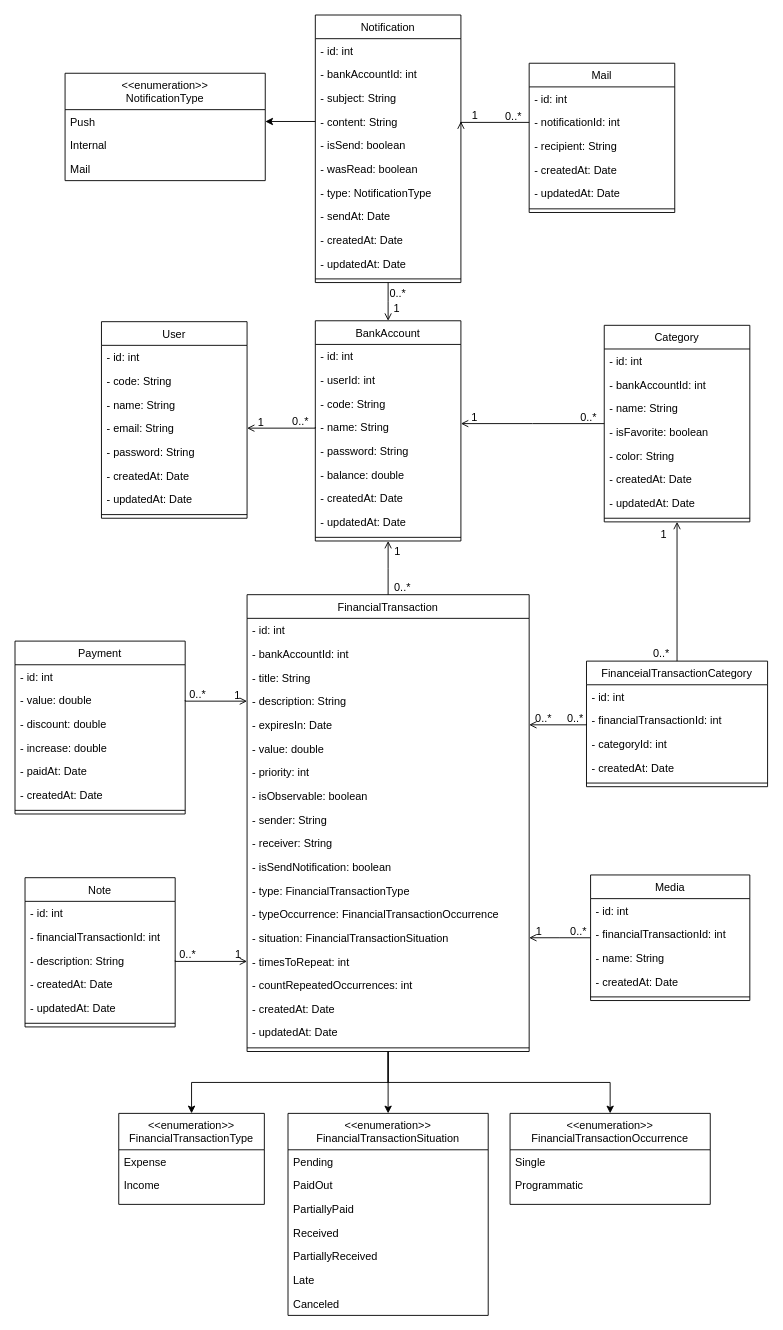
Earlier version of the draw.io diagram docs/class.diagram.drawio (Danrley-Ruan-Saquetti/esliph-finance). Source tidied: cells renumbered, new cells numbered last; positions are measured from the earlier drawing's top-left corner, leaving out a move shared by most shapes. Both pictures are drawn from the tidied source at 91%, with x=0, y=0 at pixel (15, 15).
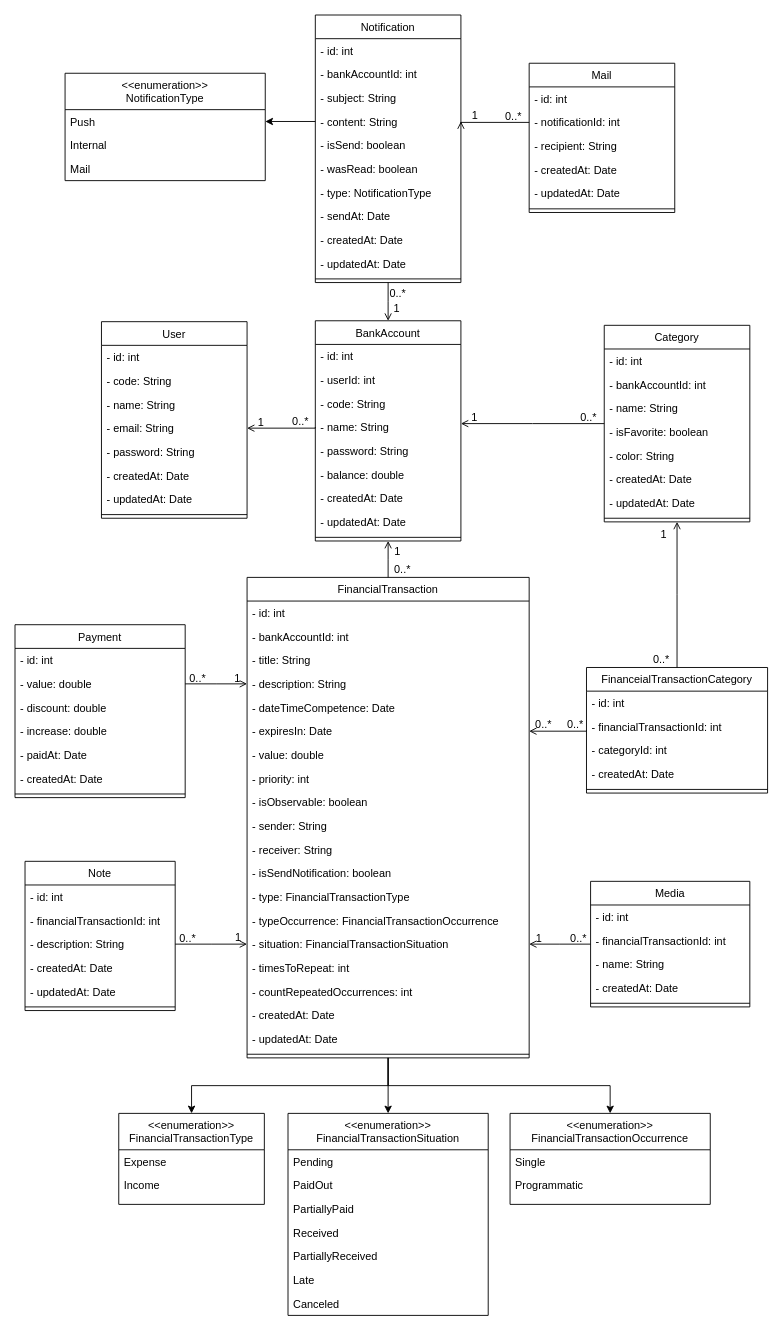
After the change.

The change refers to these unchanged cells:
```xml
<mxCell id="99" value="- description: String" style="text;align=left;verticalAlign=top;spacingLeft=4;spacingRight=4;overflow=hidden;points=[[0,0.5],[1,0.5]];portConstraint=eastwest;" parent="96" vertex="1">
  <mxGeometry y="78" width="165" height="26" as="geometry" />
</mxCell>
```

What changed in the source:
```diff
@@
     <mxCell id="27" value="FinancialTransaction" style="swimlane;fontStyle=0;align=center;verticalAlign=top;horizontal=1;startSize=26;rounded=0;shadow=0;strokeWidth=1;" parent="1" vertex="1">
-      <mxGeometry x="255" y="637" width="310" height="502" as="geometry" />
+      <mxGeometry x="255" y="618" width="310" height="528" as="geometry" />
     </mxCell>
@@
+    <mxCell id="148" value="- dateTimeCompetence: Date" style="text;align=left;verticalAlign=top;spacingLeft=4;spacingRight=4;overflow=hidden;" parent="27" vertex="1">
+      <mxGeometry y="130" width="310" height="26" as="geometry" />
+    </mxCell>
     <mxCell id="32" value="- expiresIn: Date" style="text;align=left;verticalAlign=top;spacingLeft=4;spacingRight=4;overflow=hidden;points=[[0,0.5],[1,0.5]];portConstraint=eastwest;" parent="27" vertex="1">
-      <mxGeometry y="130" width="310" height="26" as="geometry" />
+      <mxGeometry y="156" width="310" height="26" as="geometry" />
     </mxCell>
     <mxCell id="33" value="- value: double" style="text;align=left;verticalAlign=top;spacingLeft=4;spacingRight=4;overflow=hidden;" parent="27" vertex="1">
-      <mxGeometry y="156" width="310" height="26" as="geometry" />
+      <mxGeometry y="182" width="310" height="26" as="geometry" />
     </mxCell>
     <mxCell id="34" value="- priority: int" style="text;align=left;verticalAlign=top;spacingLeft=4;spacingRight=4;overflow=hidden;" parent="27" vertex="1">
-      <mxGeometry y="182" width="310" height="26" as="geometry" />
+      <mxGeometry y="208" width="310" height="26" as="geometry" />
     </mxCell>
     <mxCell id="35" value="- isObservable: boolean" style="text;align=left;verticalAlign=top;spacingLeft=4;spacingRight=4;overflow=hidden;" parent="27" vertex="1">
-      <mxGeometry y="208" width="310" height="26" as="geometry" />
+      <mxGeometry y="234" width="310" height="26" as="geometry" />
     </mxCell>
     <mxCell id="36" value="- sender: String" style="text;align=left;verticalAlign=top;spacingLeft=4;spacingRight=4;overflow=hidden;" parent="27" vertex="1">
-      <mxGeometry y="234" width="310" height="26" as="geometry" />
+      <mxGeometry y="260" width="310" height="26" as="geometry" />
     </mxCell>
     <mxCell id="37" value="- receiver: String" style="text;align=left;verticalAlign=top;spacingLeft=4;spacingRight=4;overflow=hidden;" parent="27" vertex="1">
-      <mxGeometry y="260" width="310" height="26" as="geometry" />
+      <mxGeometry y="286" width="310" height="26" as="geometry" />
     </mxCell>
     <mxCell id="38" value="- isSendNotification: boolean" style="text;align=left;verticalAlign=top;spacingLeft=4;spacingRight=4;overflow=hidden;" parent="27" vertex="1">
-      <mxGeometry y="286" width="310" height="26" as="geometry" />
+      <mxGeometry y="312" width="310" height="26" as="geometry" />
     </mxCell>
     <mxCell id="39" value="- type: FinancialTransactionType" style="text;align=left;verticalAlign=top;spacingLeft=4;spacingRight=4;overflow=hidden;" parent="27" vertex="1">
-      <mxGeometry y="312" width="310" height="26" as="geometry" />
+      <mxGeometry y="338" width="310" height="26" as="geometry" />
     </mxCell>
     <mxCell id="40" value="- typeOccurrence: FinancialTransactionOccurrence" style="text;align=left;verticalAlign=top;spacingLeft=4;spacingRight=4;overflow=hidden;" parent="27" vertex="1">
-      <mxGeometry y="338" width="310" height="26" as="geometry" />
+      <mxGeometry y="364" width="310" height="26" as="geometry" />
     </mxCell>
     <mxCell id="41" value="- situation: FinancialTransactionSituation" style="text;align=left;verticalAlign=top;spacingLeft=4;spacingRight=4;overflow=hidden;points=[[0,0.5],[1,0.5]];portConstraint=eastwest;" parent="27" vertex="1">
-      <mxGeometry y="364" width="310" height="26" as="geometry" />
+      <mxGeometry y="390" width="310" height="26" as="geometry" />
     </mxCell>
     <mxCell id="42" value="- timesToRepeat: int" style="text;align=left;verticalAlign=top;spacingLeft=4;spacingRight=4;overflow=hidden;points=[[0,0.5],[1,0.5]];portConstraint=eastwest;rounded=0;shadow=0;html=0;" parent="27" vertex="1">
-      <mxGeometry y="390" width="310" height="26" as="geometry" />
+      <mxGeometry y="416" width="310" height="26" as="geometry" />
     </mxCell>
     <mxCell id="43" value="- countRepeatedOccurrences: int" style="text;align=left;verticalAlign=top;spacingLeft=4;spacingRight=4;overflow=hidden;rounded=0;shadow=0;html=0;" parent="27" vertex="1">
-      <mxGeometry y="416" width="310" height="26" as="geometry" />
+      <mxGeometry y="442" width="310" height="26" as="geometry" />
     </mxCell>
     <mxCell id="44" value="- createdAt: Date" style="text;align=left;verticalAlign=top;spacingLeft=4;spacingRight=4;overflow=hidden;rounded=0;shadow=0;html=0;" parent="27" vertex="1">
-      <mxGeometry y="442" width="310" height="26" as="geometry" />
+      <mxGeometry y="468" width="310" height="26" as="geometry" />
     </mxCell>
     <mxCell id="45" value="- updatedAt: Date" style="text;align=left;verticalAlign=top;spacingLeft=4;spacingRight=4;overflow=hidden;rounded=0;shadow=0;html=0;" parent="27" vertex="1">
-      <mxGeometry y="468" width="310" height="26" as="geometry" />
+      <mxGeometry y="494" width="310" height="26" as="geometry" />
     </mxCell>
     <mxCell id="46" style="line;html=1;strokeWidth=1;align=left;verticalAlign=middle;spacingTop=-1;spacingLeft=3;spacingRight=3;labelPosition=right;" parent="27" vertex="1">
-      <mxGeometry y="494" width="310" height="8" as="geometry" />
+      <mxGeometry y="520" width="310" height="8" as="geometry" />
     </mxCell>
@@
     <mxCell id="76" value="Media" style="swimlane;fontStyle=0;align=center;verticalAlign=top;horizontal=1;startSize=26;rounded=0;shadow=0;strokeWidth=1;" parent="1" vertex="1">
-      <mxGeometry x="632.5" y="945" width="175" height="138" as="geometry" />
+      <mxGeometry x="632.5" y="952" width="175" height="138" as="geometry" />
     </mxCell>
@@
     <mxCell id="85" value="Payment" style="swimlane;fontStyle=0;align=center;verticalAlign=top;horizontal=1;startSize=26;rounded=0;shadow=0;strokeWidth=1;" parent="1" vertex="1">
-      <mxGeometry y="688" width="187" height="190" as="geometry" />
+      <mxGeometry y="670" width="187" height="190" as="geometry" />
     </mxCell>
@@
     <mxCell id="96" value="Note" style="swimlane;fontStyle=0;align=center;verticalAlign=top;horizontal=1;startSize=26;rounded=0;shadow=0;strokeWidth=1;" parent="1" vertex="1">
-      <mxGeometry x="11" y="948" width="165" height="164" as="geometry" />
+      <mxGeometry x="11" y="930" width="165" height="164" as="geometry" />
     </mxCell>
@@
-    <mxCell id="103" style="endArrow=open;shadow=0;strokeWidth=1;rounded=0;endFill=1;edgeStyle=elbowEdgeStyle;elbow=vertical;exitX=1;exitY=0.5;exitDx=0;exitDy=0;entryX=0;entryY=0.5;entryDx=0;entryDy=0;" parent="1" edge="1" source="99" target="42">
+    <mxCell id="103" style="endArrow=open;shadow=0;strokeWidth=1;rounded=0;endFill=1;edgeStyle=elbowEdgeStyle;elbow=vertical;exitX=1;exitY=0.5;exitDx=0;exitDy=0;entryX=0;entryY=0.5;entryDx=0;entryDy=0;" parent="1" edge="1" source="99" target="41">
       <mxGeometry x="0.5" y="41" relative="1" as="geometry">
         <mxPoint x="-40" y="32" as="offset" />
       </mxGeometry>
     </mxCell>
@@
     <mxCell id="106" value="FinanceialTransactionCategory" style="swimlane;fontStyle=0;align=center;verticalAlign=top;horizontal=1;startSize=26;rounded=0;shadow=0;strokeWidth=1;" parent="1" vertex="1">
-      <mxGeometry x="628" y="710" width="199" height="138" as="geometry" />
+      <mxGeometry x="628" y="717" width="199" height="138" as="geometry" />
     </mxCell>
```
